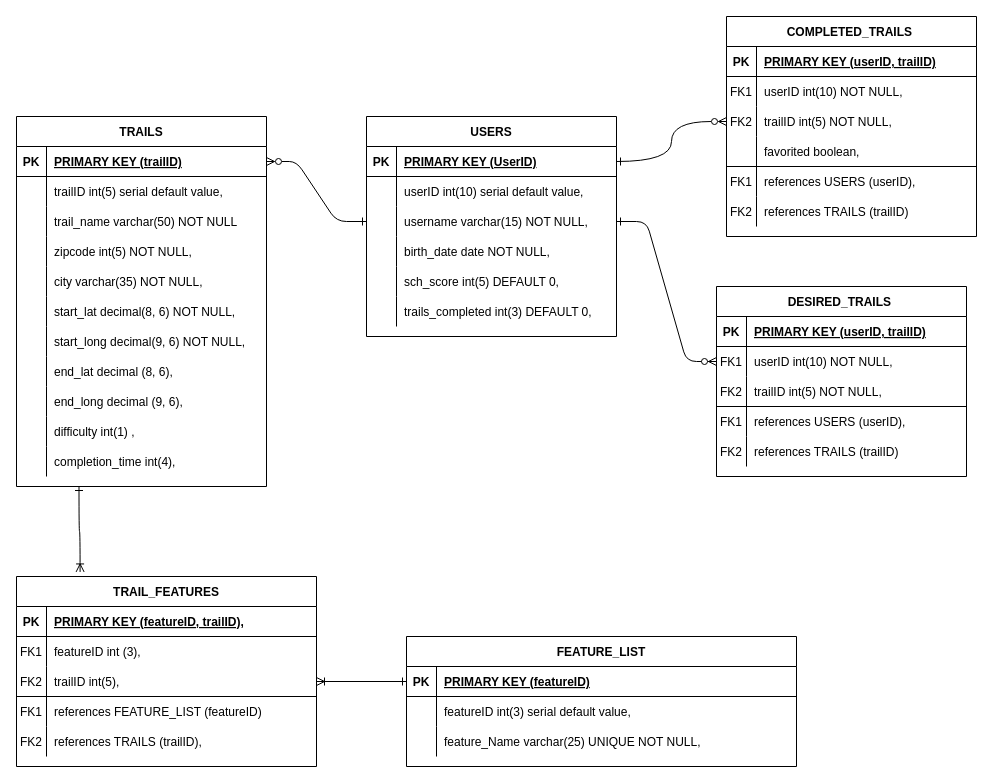
Earlier version of the draw.io diagram Example Screenshots/Untitled Diagram.drawio (michaelbabinec/SoCalHikes). Source tidied: cells renumbered, new cells numbered last; positions are measured from the earlier drawing's top-left corner, leaving out a move shared by most shapes. Both pictures are drawn from the tidied source at 100%, with x=0, y=0 at pixel (16, 16).
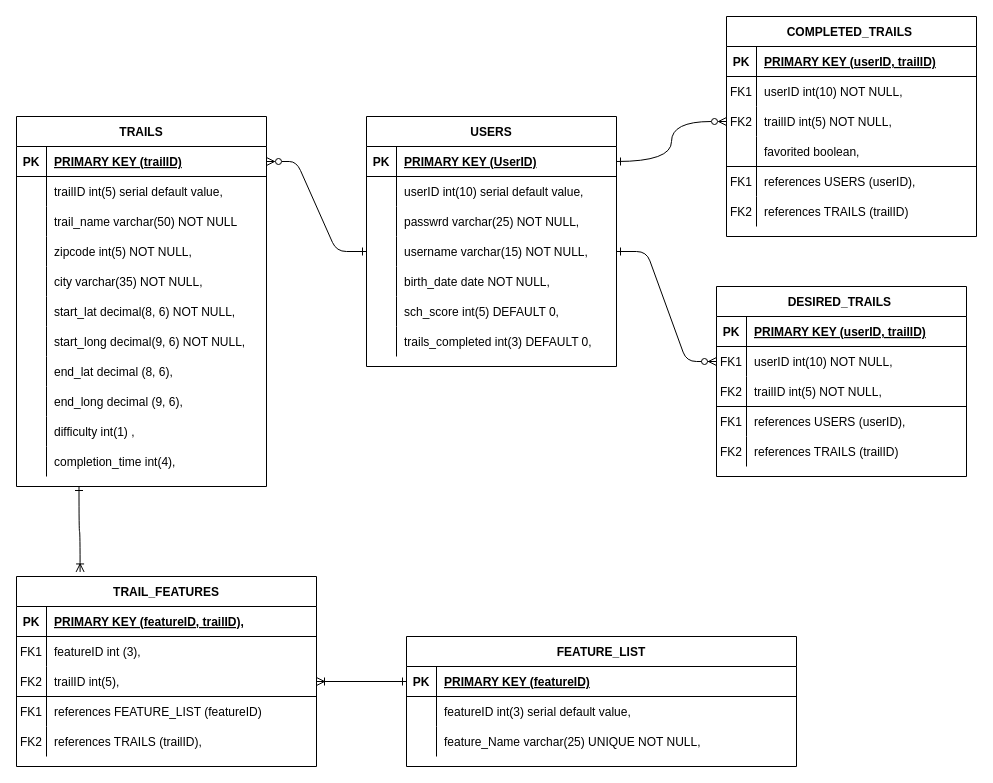
The same diagram, later.

Diff of the diagram source:
```diff
@@
     <mxCell id="4" value="USERS" style="shape=table;startSize=30;childLayout=tableLayout;rowLines=0;fontStyle=1;align=center;" parent="1" vertex="1">
-      <mxGeometry x="350" y="100" width="250" height="220" as="geometry" />
+      <mxGeometry x="350" y="100" width="250" height="250" as="geometry" />
     </mxCell>
@@
+    <mxCell id="121" style="shape=partialRectangle;fillColor=none;top=0;left=0;right=0;bottom=0;" parent="4" vertex="1">
+      <mxGeometry y="90" width="250" height="30" as="geometry" />
+    </mxCell>
+    <mxCell id="122" style="shape=partialRectangle;overflow=hidden;fillColor=none;top=0;left=0;bottom=0;right=0;" parent="121" vertex="1">
+      <mxGeometry width="30" height="30" as="geometry" />
+    </mxCell>
+    <mxCell id="123" value="passwrd varchar(25) NOT NULL," style="shape=partialRectangle;overflow=hidden;fillColor=none;top=0;left=0;bottom=0;right=0;align=left;spacingLeft=6;" parent="121" vertex="1">
+      <mxGeometry x="30" width="220" height="30" as="geometry" />
+    </mxCell>
     <mxCell id="11" style="shape=partialRectangle;fillColor=none;points=[[0,0.5],[1,0.5]];portConstraint=eastwest;top=0;left=0;right=0;bottom=0;" parent="4" vertex="1">
-      <mxGeometry y="90" width="250" height="30" as="geometry" />
+      <mxGeometry y="120" width="250" height="30" as="geometry" />
     </mxCell>
@@
     <mxCell id="14" style="shape=partialRectangle;fillColor=none;top=0;left=0;right=0;bottom=0;" parent="4" vertex="1">
-      <mxGeometry y="120" width="250" height="30" as="geometry" />
+      <mxGeometry y="150" width="250" height="30" as="geometry" />
     </mxCell>
@@
     <mxCell id="17" style="shape=partialRectangle;fillColor=none;top=0;left=0;right=0;bottom=0;" parent="4" vertex="1">
-      <mxGeometry y="150" width="250" height="30" as="geometry" />
+      <mxGeometry y="180" width="250" height="30" as="geometry" />
     </mxCell>
@@
     <mxCell id="20" style="shape=partialRectangle;fillColor=none;top=0;left=0;right=0;bottom=0;" parent="4" vertex="1">
-      <mxGeometry y="180" width="250" height="30" as="geometry" />
+      <mxGeometry y="210" width="250" height="30" as="geometry" />
     </mxCell>
```
